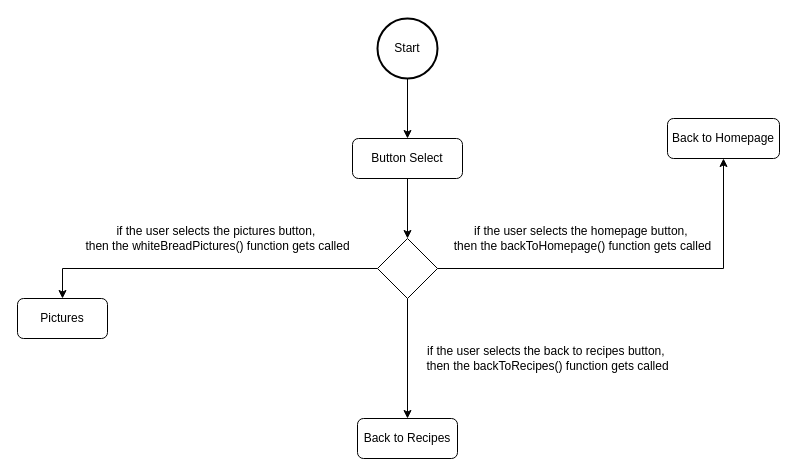
This is page "potatoBread" (11 of 21) of state machine diagrams/State-Machine Diagrams.drawio from RushoBinnabi/RushoBinnabi.github.io, a draw.io file, before an edit. Source tidied: cells renumbered, new cells numbered last; positions are measured from the earlier drawing's top-left corner, leaving out a move shared by most shapes. Both pictures are drawn from the tidied source at 100%, with x=0, y=0 at pixel (17, 18).
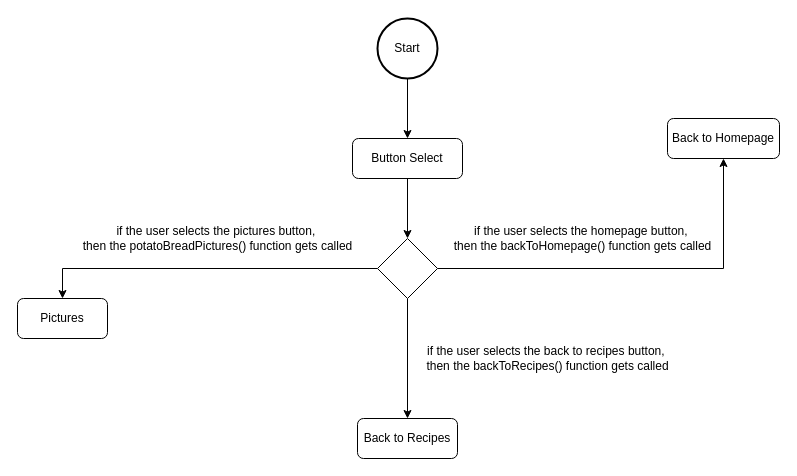
The same diagram, later.

Change to the diagram source:
```diff
@@
 <mxGraphModel>
   <root>
     <mxCell id="0" />
     <mxCell id="1" parent="0" />
     <mxCell id="2" style="edgeStyle=orthogonalEdgeStyle;rounded=0;jettySize=auto;html=1;exitX=0.5;exitY=1;exitDx=0;exitDy=0;exitPerimeter=0;entryX=0.5;entryY=0;entryDx=0;entryDy=0;" parent="1" edge="1" source="3" target="5">
       <mxGeometry relative="1" as="geometry" />
     </mxCell>
     <mxCell id="3" value="Start" style="strokeWidth=2;html=1;shape=mxgraph.flowchart.start_2;whiteSpace=wrap;" parent="1" vertex="1">
       <mxGeometry x="360" width="60" height="60" as="geometry" />
     </mxCell>
     <mxCell id="4" style="edgeStyle=orthogonalEdgeStyle;rounded=0;jettySize=auto;html=1;exitX=0.5;exitY=1;exitDx=0;exitDy=0;entryX=0.5;entryY=0;entryDx=0;entryDy=0;" parent="1" edge="1" source="5" target="9">
       <mxGeometry relative="1" as="geometry" />
     </mxCell>
     <mxCell id="5" value="Button Select" style="rounded=1;whiteSpace=wrap;html=1;" parent="1" vertex="1">
       <mxGeometry x="335" y="120" width="110" height="40" as="geometry" />
     </mxCell>
     <mxCell id="6" style="edgeStyle=orthogonalEdgeStyle;rounded=0;jettySize=auto;html=1;exitX=1;exitY=0.5;exitDx=0;exitDy=0;entryX=0.5;entryY=1;entryDx=0;entryDy=0;" parent="1" edge="1" source="9" target="11">
       <mxGeometry relative="1" as="geometry" />
     </mxCell>
     <mxCell id="7" style="edgeStyle=orthogonalEdgeStyle;rounded=0;jettySize=auto;html=1;exitX=0;exitY=0.5;exitDx=0;exitDy=0;entryX=0.5;entryY=0;entryDx=0;entryDy=0;" parent="1" edge="1" source="9" target="12">
       <mxGeometry relative="1" as="geometry" />
     </mxCell>
     <mxCell id="8" style="edgeStyle=orthogonalEdgeStyle;rounded=0;jettySize=auto;html=1;exitX=0.5;exitY=1;exitDx=0;exitDy=0;entryX=0.5;entryY=0;entryDx=0;entryDy=0;" parent="1" edge="1" source="9" target="14">
       <mxGeometry relative="1" as="geometry" />
     </mxCell>
     <mxCell id="9" style="rhombus;" parent="1" vertex="1">
       <mxGeometry x="360" y="220" width="60" height="60" as="geometry" />
     </mxCell>
     <mxCell id="10" value="if the user selects the homepage button,&amp;nbsp;&lt;br&gt;then the backToHomepage() function gets called" style="text;html=1;align=center;verticalAlign=middle;strokeColor=none;fillColor=none;" parent="1" vertex="1">
       <mxGeometry x="425" y="200" width="280" height="40" as="geometry" />
     </mxCell>
     <mxCell id="11" value="Back to Homepage" style="rounded=1;whiteSpace=wrap;html=1;" parent="1" vertex="1">
       <mxGeometry x="650" y="100" width="112" height="40" as="geometry" />
     </mxCell>
     <mxCell id="12" value="Pictures" style="rounded=1;whiteSpace=wrap;html=1;" parent="1" vertex="1">
       <mxGeometry y="280" width="90" height="40" as="geometry" />
     </mxCell>
-    <mxCell id="13" value="if the user selects the pictures button,&amp;nbsp;&lt;br&gt;then the whiteBreadPictures() function gets called" style="text;html=1;align=center;verticalAlign=middle;strokeColor=none;fillColor=none;" parent="1" vertex="1">
+    <mxCell id="13" value="if the user selects the pictures button,&amp;nbsp;&lt;br&gt;then the potatoBreadPictures() function gets called" style="text;html=1;align=center;verticalAlign=middle;strokeColor=none;fillColor=none;" parent="1" vertex="1">
       <mxGeometry x="55" y="200" width="290" height="40" as="geometry" />
     </mxCell>
     <mxCell id="14" value="Back to Recipes" style="rounded=1;whiteSpace=wrap;html=1;" parent="1" vertex="1">
       <mxGeometry x="340" y="400" width="100" height="40" as="geometry" />
     </mxCell>
     <mxCell id="15" value="if the user selects the back to recipes button,&amp;nbsp;&lt;br&gt;then the backToRecipes() function gets called" style="text;html=1;align=center;verticalAlign=middle;strokeColor=none;fillColor=none;" parent="1" vertex="1">
       <mxGeometry x="395" y="320" width="270" height="40" as="geometry" />
     </mxCell>
   </root>
 </mxGraphModel>
```
